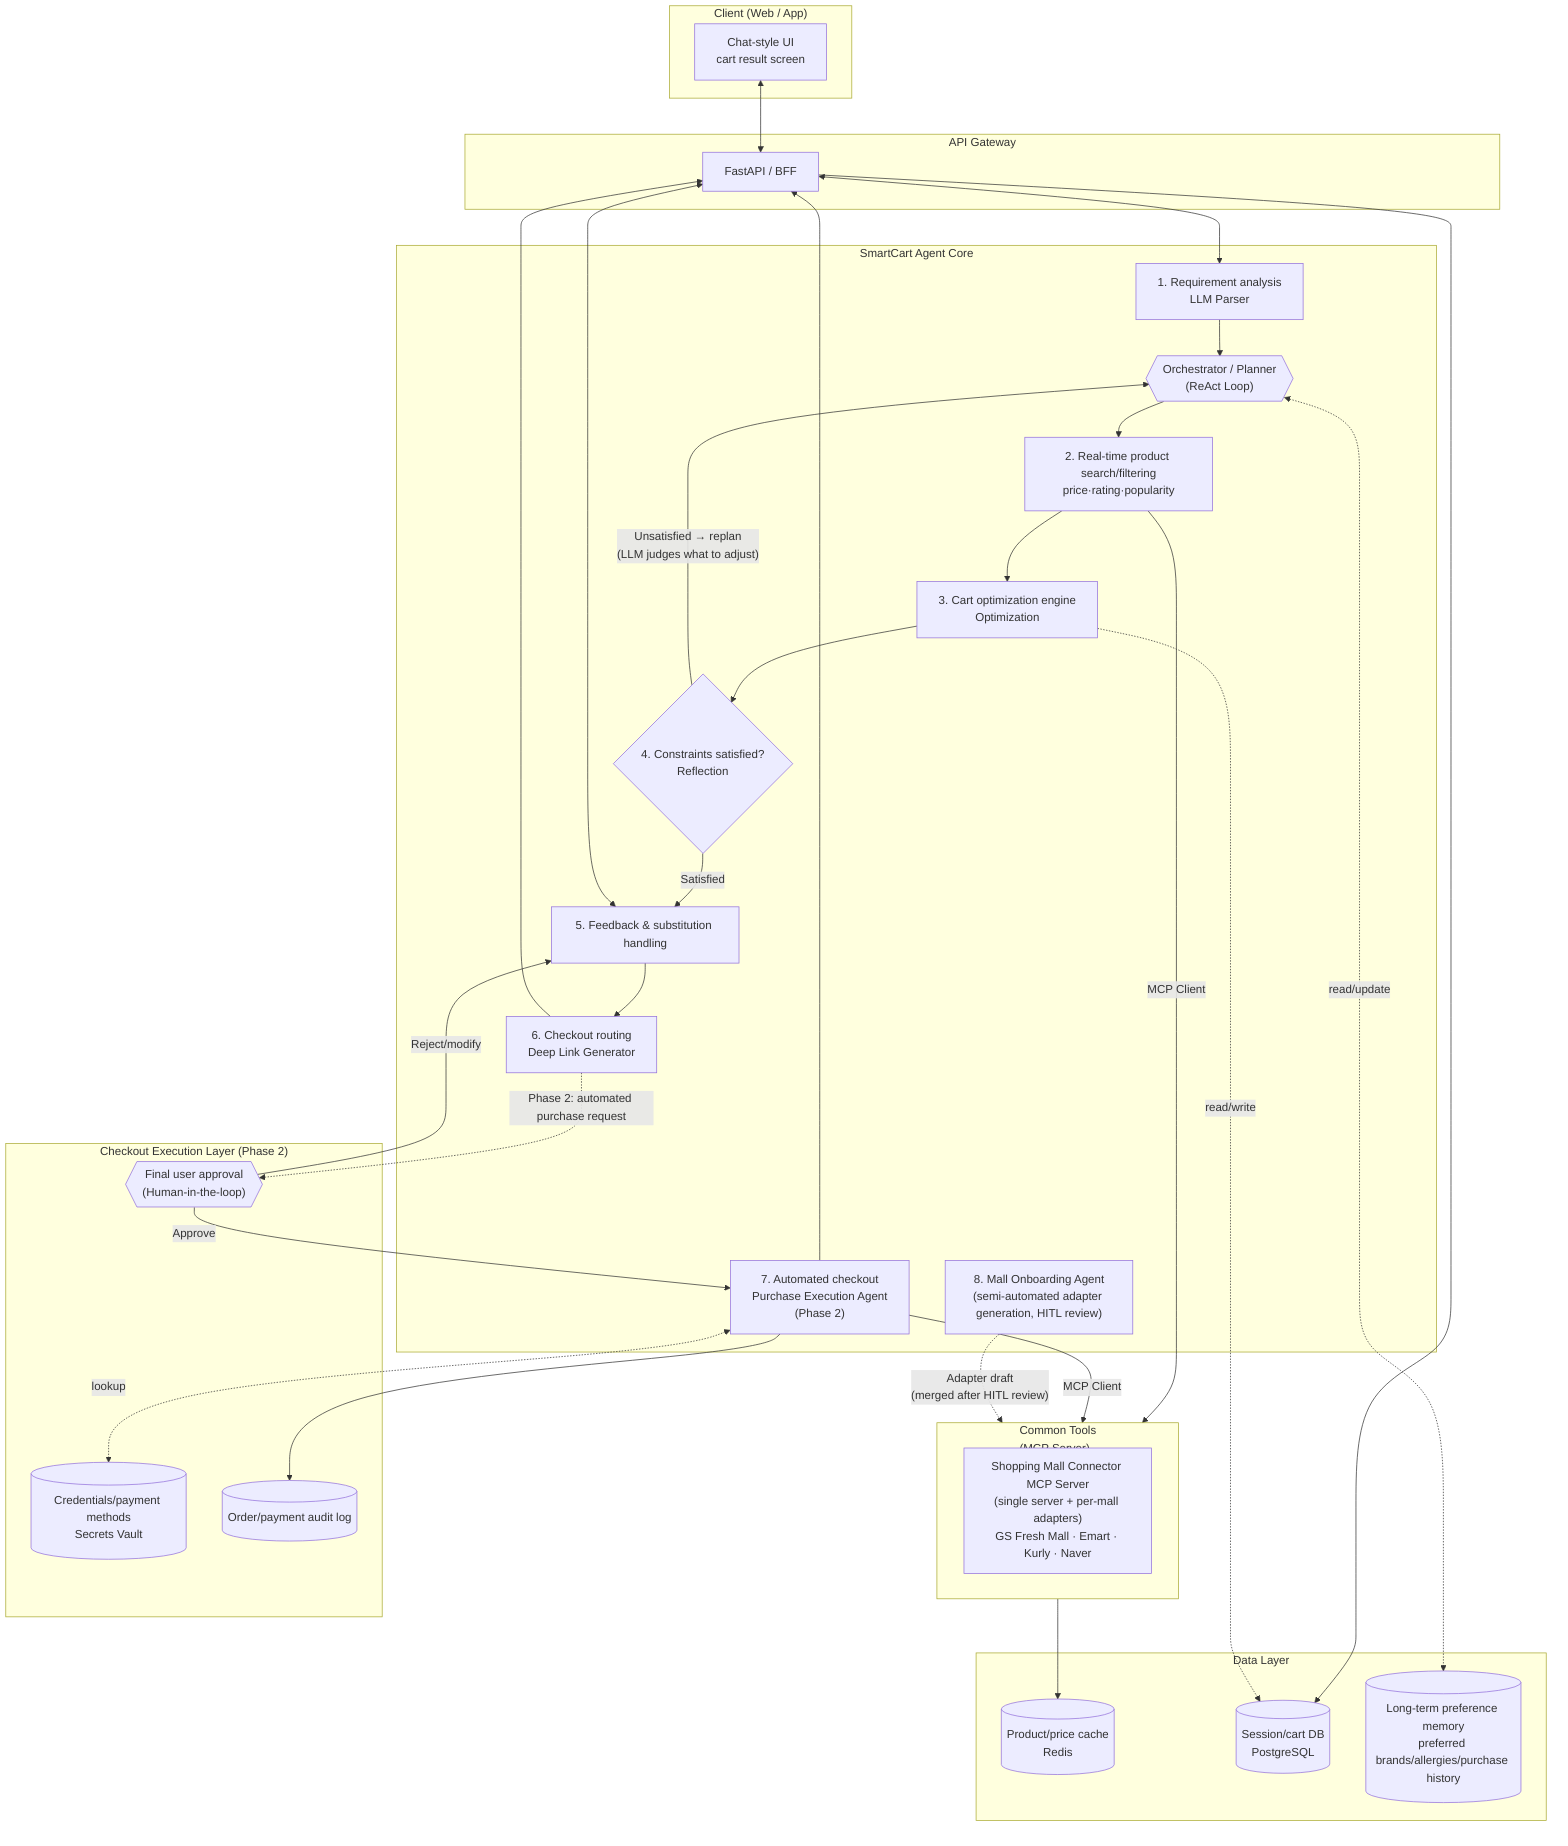
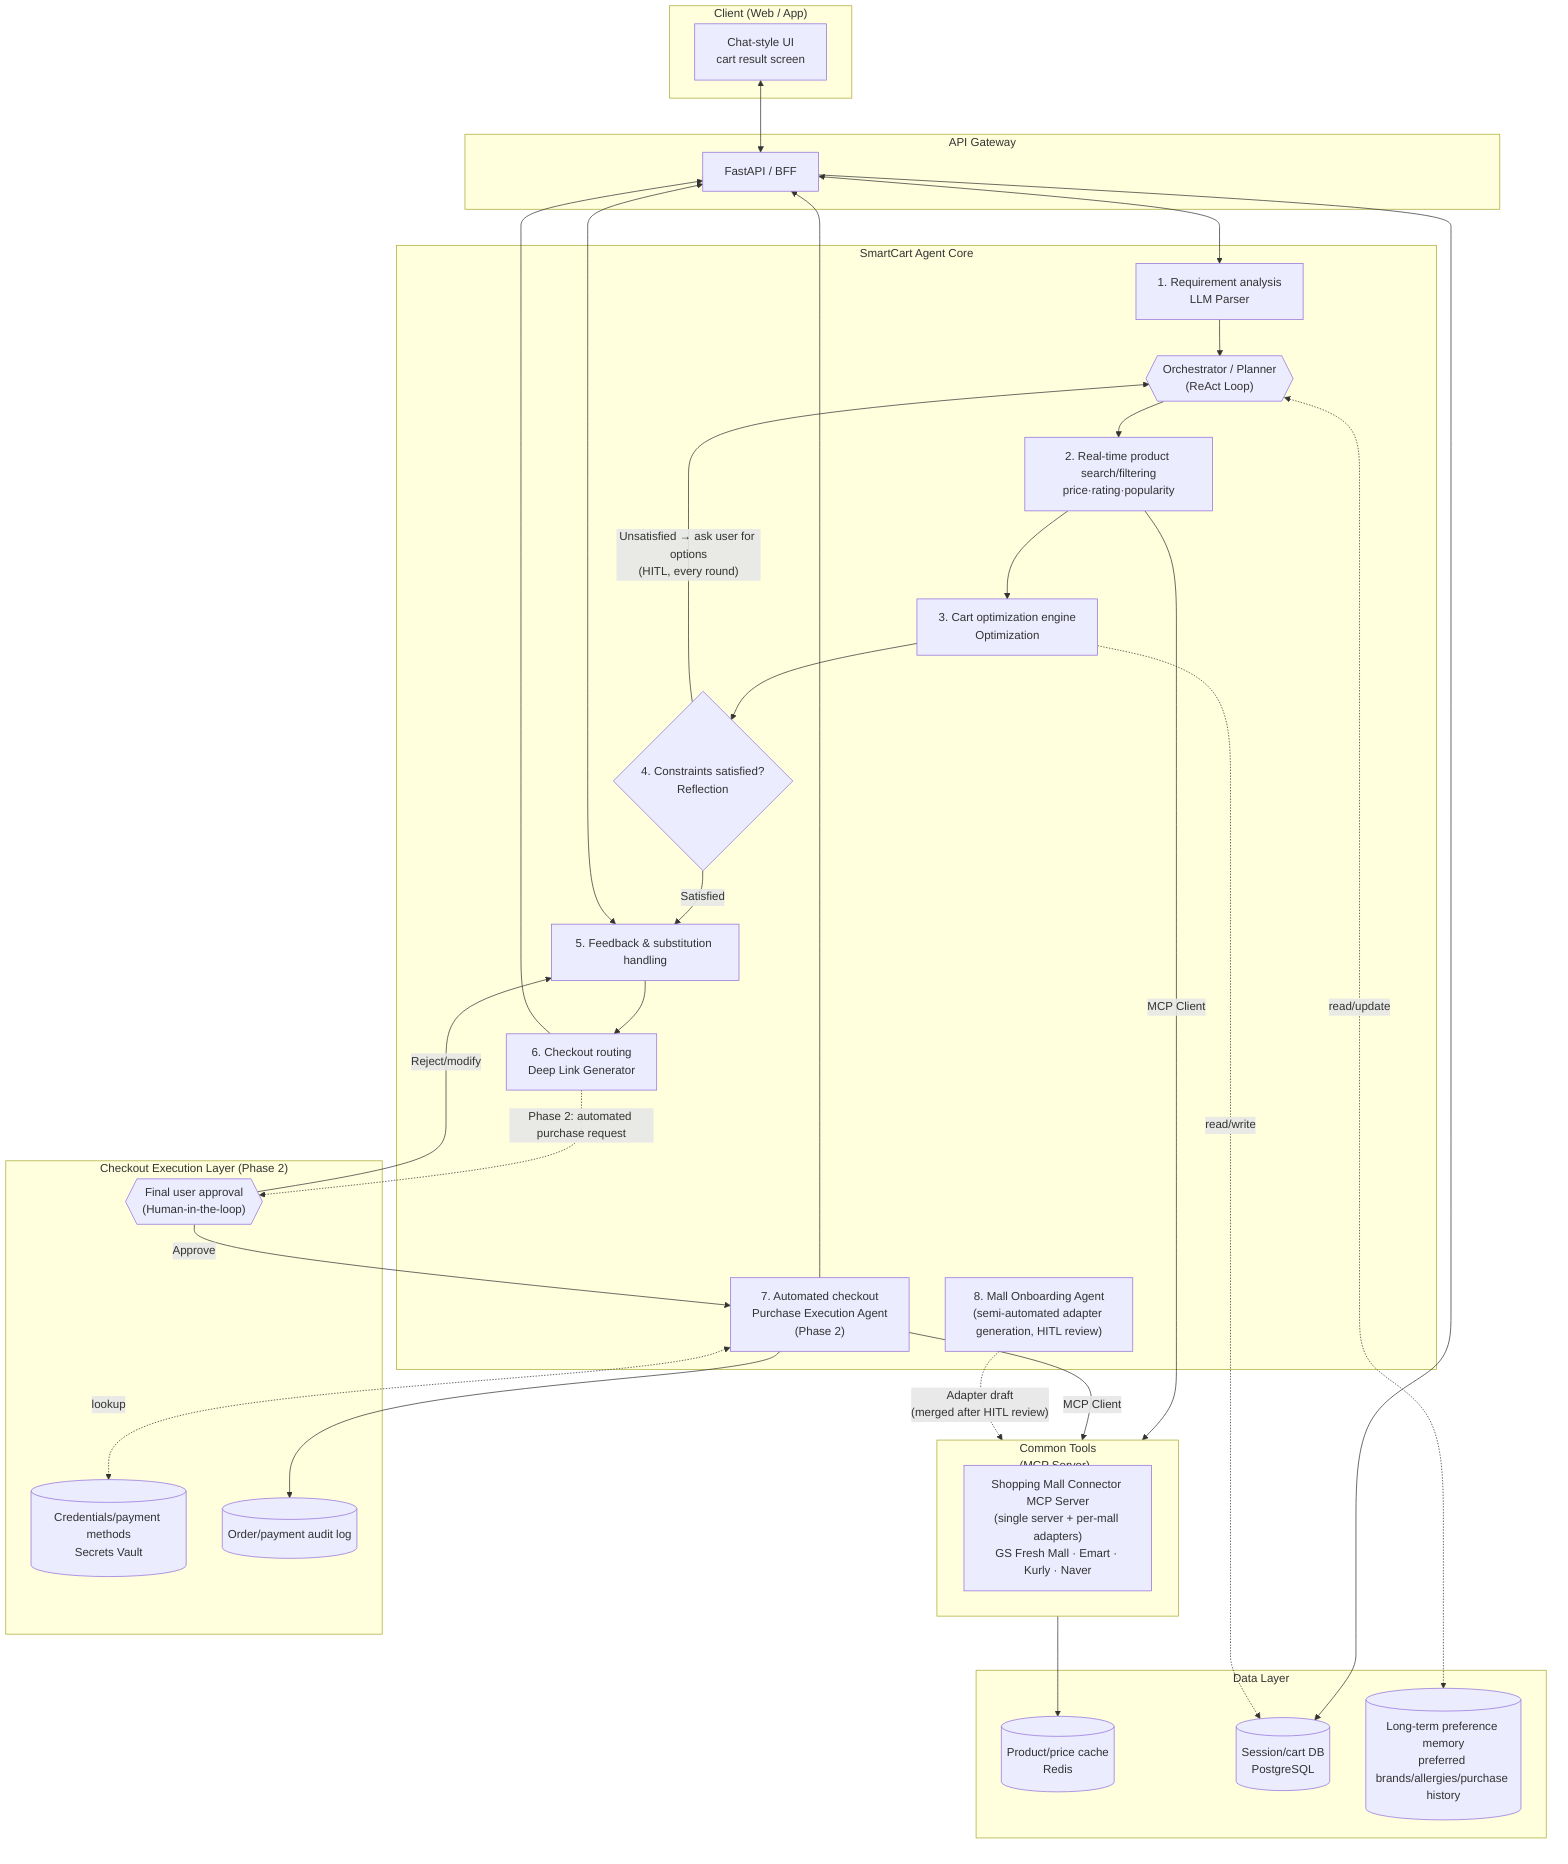
flowchart TB
    subgraph Client["Client (Web / App)"]
        UI[Chat-style UI<br/>cart result screen]
    end

    subgraph Gateway["API Gateway"]
        GW[FastAPI / BFF]
    end

    subgraph Agent["SmartCart Agent Core"]
        Parser[1. Requirement analysis<br/>LLM Parser]
        Orchestrator{{"Orchestrator / Planner<br/>(ReAct Loop)"}}
        Search[2. Real-time product search/filtering<br/>price·rating·popularity]
        Optimizer[3. Cart optimization engine<br/>Optimization]
        Reflect{4. Constraints satisfied?<br/>Reflection}
        Feedback[5. Feedback & substitution handling]
        Router[6. Checkout routing<br/>Deep Link Generator]
        Purchase["7. Automated checkout<br/>Purchase Execution Agent<br/>(Phase 2)"]
        Onboarding["8. Mall Onboarding Agent<br/>(semi-automated adapter generation, HITL review)"]
    end

    subgraph Tools["Common Tools<br/>(MCP Server)"]
        MallConnector["Shopping Mall Connector MCP Server<br/>(single server + per-mall adapters)<br/>GS Fresh Mall · Emart · Kurly · Naver"]
    end

    subgraph Checkout["Checkout Execution Layer (Phase 2)"]
        HITL{{"Final user approval<br/>(Human-in-the-loop)"}}
        Vault[(Credentials/payment methods<br/>Secrets Vault)]
        AuditLog[(Order/payment audit log)]
    end

    subgraph Data["Data Layer"]
        Cache[(Product/price cache<br/>Redis)]
        DB[(Session/cart DB<br/>PostgreSQL)]
        Memory[(Long-term preference memory<br/>preferred brands/allergies/purchase history)]
    end

    UI <--> GW
    GW <--> Parser
    Parser --> Orchestrator
    Orchestrator --> Search
    Search -- "MCP Client" --> Tools
    Tools --> Cache
    Search --> Optimizer
    Optimizer --> Reflect
-     Reflect -- "Unsatisfied → replan<br/>(LLM judges what to adjust)" --> Orchestrator
+     Reflect -- "Unsatisfied → ask user for options<br/>(HITL, every round)" --> Orchestrator
    Reflect -- "Satisfied" --> Feedback
    Feedback <--> GW
    Feedback --> Router
    Router --> GW
    Router -. "Phase 2: automated purchase request" .-> HITL
    HITL -- "Approve" --> Purchase
    HITL -- "Reject/modify" --> Feedback
    Purchase -- "MCP Client" --> Tools
    Purchase <-.lookup.-> Vault
    Purchase --> AuditLog
    Purchase --> GW
    GW --> DB
    Optimizer -.read/write.-> DB
    Orchestrator <-.read/update.-> Memory
    Onboarding -. "Adapter draft<br/>(merged after HITL review)" .-> Tools
